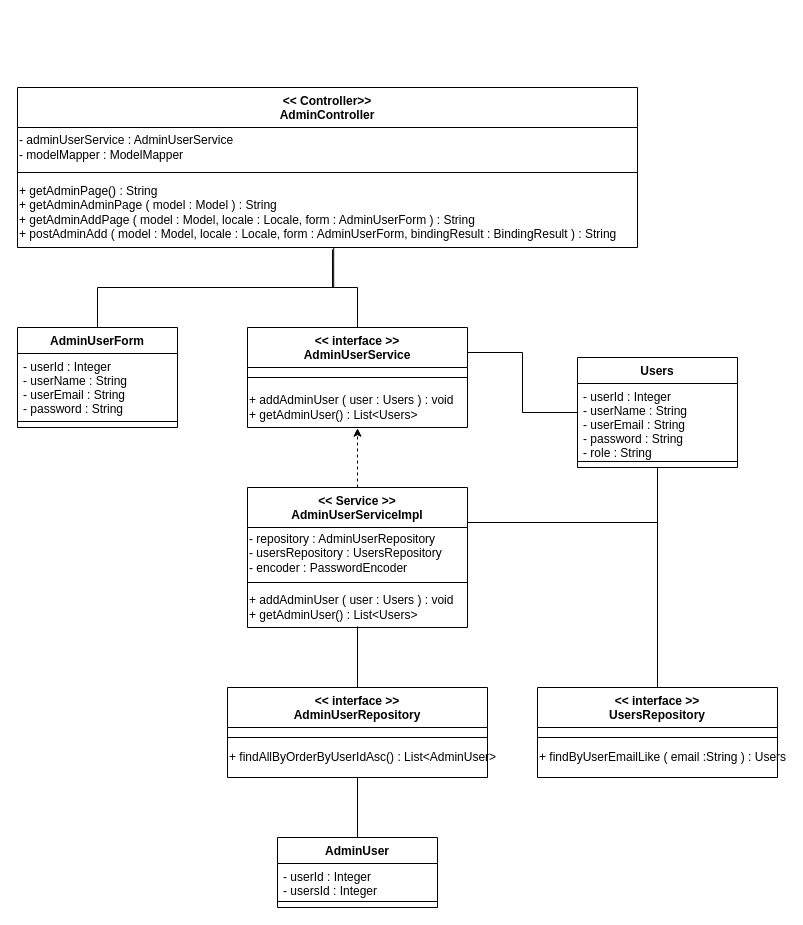
Before: page "管理者登録機能（管理者用）" (1 of 8) of クラス図4.drawio in kumikoarai/ecsite, a draw.io diagram. Source tidied: cells renumbered, new cells numbered last; positions are measured from the earlier drawing's top-left corner, leaving out a move shared by most shapes. Both pictures are drawn from the tidied source at 100%, with x=0, y=0 at pixel (17, 87).
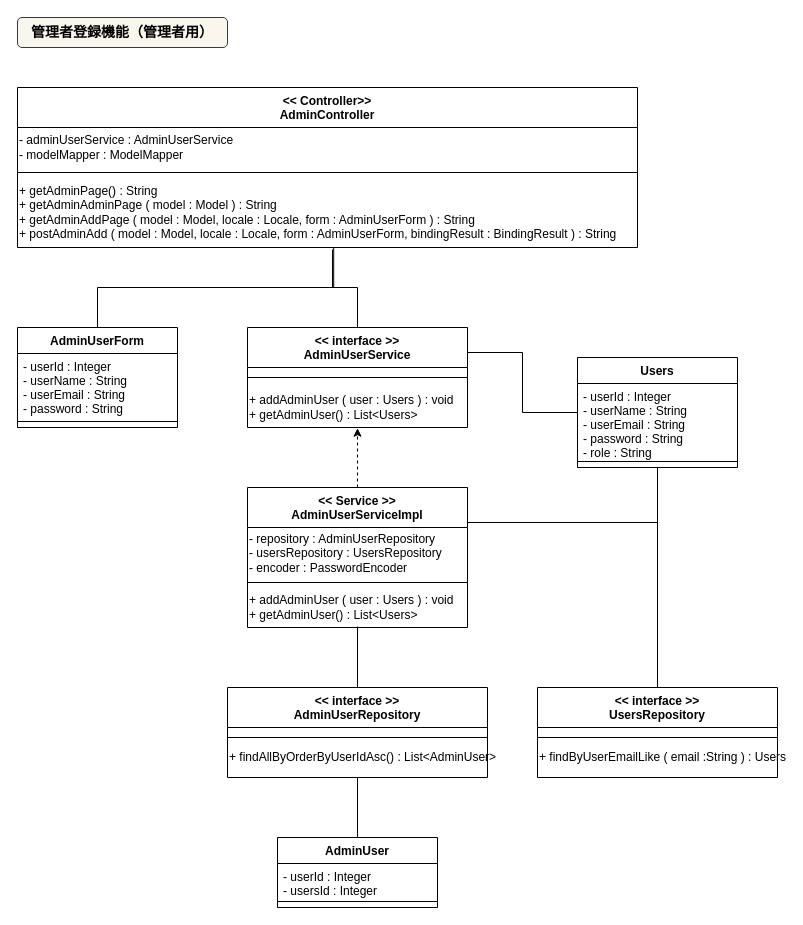
The same page after the edit.

Change to the diagram source:
```diff
@@
+    <mxCell id="36" value="管理者登録機能（管理者用）" style="rounded=1;whiteSpace=wrap;html=1;fontStyle=1;fontSize=14;labelBackgroundColor=none;fillColor=#f9f7ed;strokeColor=#36393d;" parent="1" vertex="1">
+      <mxGeometry y="-70" width="210" height="30" as="geometry" />
+    </mxCell>
```
